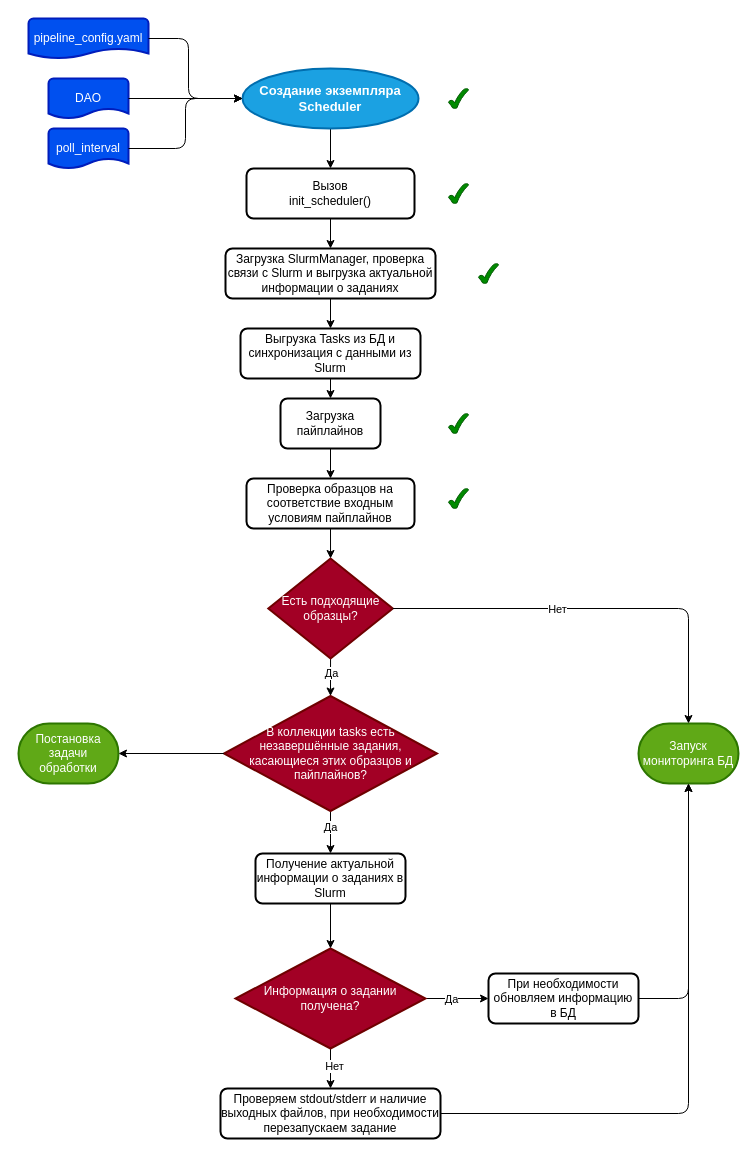
Earlier version of the draw.io diagram page "Инициализация" (1 of 5) of docs/schemas/task_scheduler.drawio (KBaybekov/proj_prefect). Source tidied: cells renumbered, new cells numbered last; positions are measured from the earlier drawing's top-left corner, leaving out a move shared by most shapes. Both pictures are drawn from the tidied source at 100%, with x=0, y=0 at pixel (18, 18).
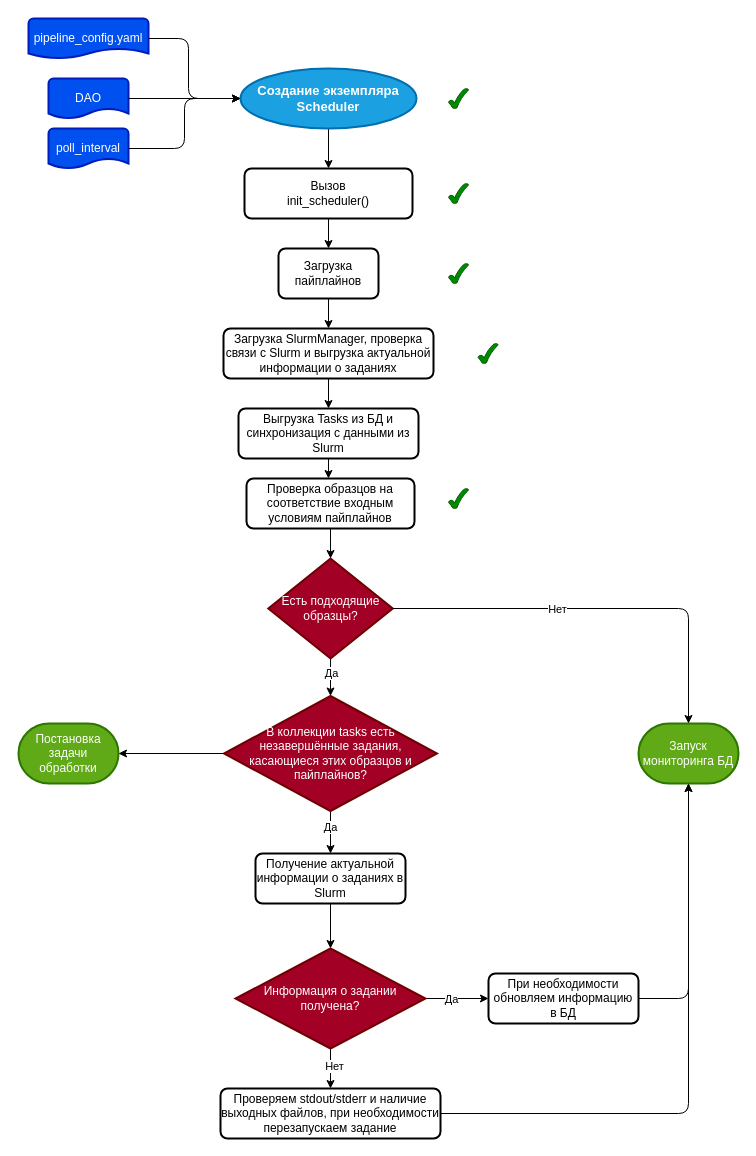
Above is the later version.

The change refers to these unchanged cells:
```xml
<mxCell id="33" value="Проверка образцов на соответствие входным условиям пайплайнов" style="rounded=1;whiteSpace=wrap;absoluteArcSize=1;arcSize=14;strokeWidth=2;" parent="1" vertex="1">
  <mxGeometry x="228" y="460" width="168" height="50" as="geometry" />
</mxCell>
```

Diff of the diagram source:
```diff
@@
     <mxCell id="3" value="Создание экземпляра Scheduler" style="strokeWidth=2;shape=mxgraph.flowchart.start_1;whiteSpace=wrap;fillColor=#1ba1e2;fontColor=#ffffff;strokeColor=#006EAF;fontSize=13;fontStyle=1;" parent="1" vertex="1">
-      <mxGeometry x="224" y="50" width="176" height="60" as="geometry" />
+      <mxGeometry x="222" y="50" width="176" height="60" as="geometry" />
     </mxCell>
@@
-    <mxCell id="11" style="edgeStyle=none;html=1;exitX=0.5;exitY=1;exitDx=0;exitDy=0;entryX=0.5;entryY=0;entryDx=0;entryDy=0;" parent="1" edge="1" source="40" target="14">
+    <mxCell id="11" style="edgeStyle=none;html=1;exitX=0.5;exitY=1;exitDx=0;exitDy=0;entryX=0.5;entryY=0;entryDx=0;entryDy=0;" parent="1" edge="1" source="40" target="41">
       <mxGeometry relative="1" as="geometry" />
     </mxCell>
-    <mxCell id="12" style="edgeStyle=none;html=1;entryX=0.5;entryY=0;entryDx=0;entryDy=0;exitX=0.5;exitY=1;exitDx=0;exitDy=0;" parent="1" edge="1" source="41" target="33">
+    <mxCell id="12" style="edgeStyle=none;html=1;exitX=0.5;exitY=1;exitDx=0;exitDy=0;entryX=0.5;entryY=0;entryDx=0;entryDy=0;" parent="1" edge="1" source="41" target="14">
       <mxGeometry relative="1" as="geometry" />
     </mxCell>
@@
     <mxCell id="14" value="Загрузка SlurmManager, проверка связи с Slurm и выгрузка актуальной информации о заданиях" style="rounded=1;whiteSpace=wrap;absoluteArcSize=1;arcSize=14;strokeWidth=2;" parent="1" vertex="1">
-      <mxGeometry x="207" y="230" width="210" height="50" as="geometry" />
+      <mxGeometry x="205" y="310" width="210" height="50" as="geometry" />
     </mxCell>
@@
-    <mxCell id="17" style="edgeStyle=none;html=1;entryX=0.5;entryY=0;entryDx=0;entryDy=0;" parent="1" edge="1" source="18" target="41">
+    <mxCell id="17" style="edgeStyle=none;html=1;entryX=0.488;entryY=0;entryDx=0;entryDy=0;entryPerimeter=0;" parent="1" edge="1" source="18" target="33">
       <mxGeometry relative="1" as="geometry" />
     </mxCell>
     <mxCell id="18" value="Выгрузка Tasks из БД и синхронизация с данными из Slurm" style="rounded=1;whiteSpace=wrap;absoluteArcSize=1;arcSize=14;strokeWidth=2;" parent="1" vertex="1">
-      <mxGeometry x="222" y="310" width="180" height="50" as="geometry" />
+      <mxGeometry x="220" y="390" width="180" height="50" as="geometry" />
     </mxCell>
@@
     <mxCell id="40" value="Вызов&#10;init_scheduler()" style="rounded=1;whiteSpace=wrap;absoluteArcSize=1;arcSize=14;strokeWidth=2;" parent="1" vertex="1">
-      <mxGeometry x="228" y="150" width="168" height="50" as="geometry" />
+      <mxGeometry x="226" y="150" width="168" height="50" as="geometry" />
     </mxCell>
     <mxCell id="41" value="Загрузка пайплайнов" style="rounded=1;whiteSpace=wrap;absoluteArcSize=1;arcSize=14;strokeWidth=2;" parent="1" vertex="1">
-      <mxGeometry x="262" y="380" width="100" height="50" as="geometry" />
+      <mxGeometry x="260" y="230" width="100" height="50" as="geometry" />
     </mxCell>
@@
     <mxCell id="44" style="verticalLabelPosition=bottom;verticalAlign=top;html=1;shape=mxgraph.basic.tick;fillColor=light-dark(#008A00,#CCCC00);fontColor=#ffffff;strokeColor=#005700;" parent="1" vertex="1">
-      <mxGeometry x="460" y="245" width="20" height="20" as="geometry" />
+      <mxGeometry x="459.5" y="325" width="20" height="20" as="geometry" />
     </mxCell>
     <mxCell id="45" style="verticalLabelPosition=bottom;verticalAlign=top;html=1;shape=mxgraph.basic.tick;fillColor=#008a00;fontColor=#ffffff;strokeColor=#005700;" parent="1" vertex="1">
-      <mxGeometry x="430" y="395" width="20" height="20" as="geometry" />
+      <mxGeometry x="430" y="245" width="20" height="20" as="geometry" />
     </mxCell>
```
